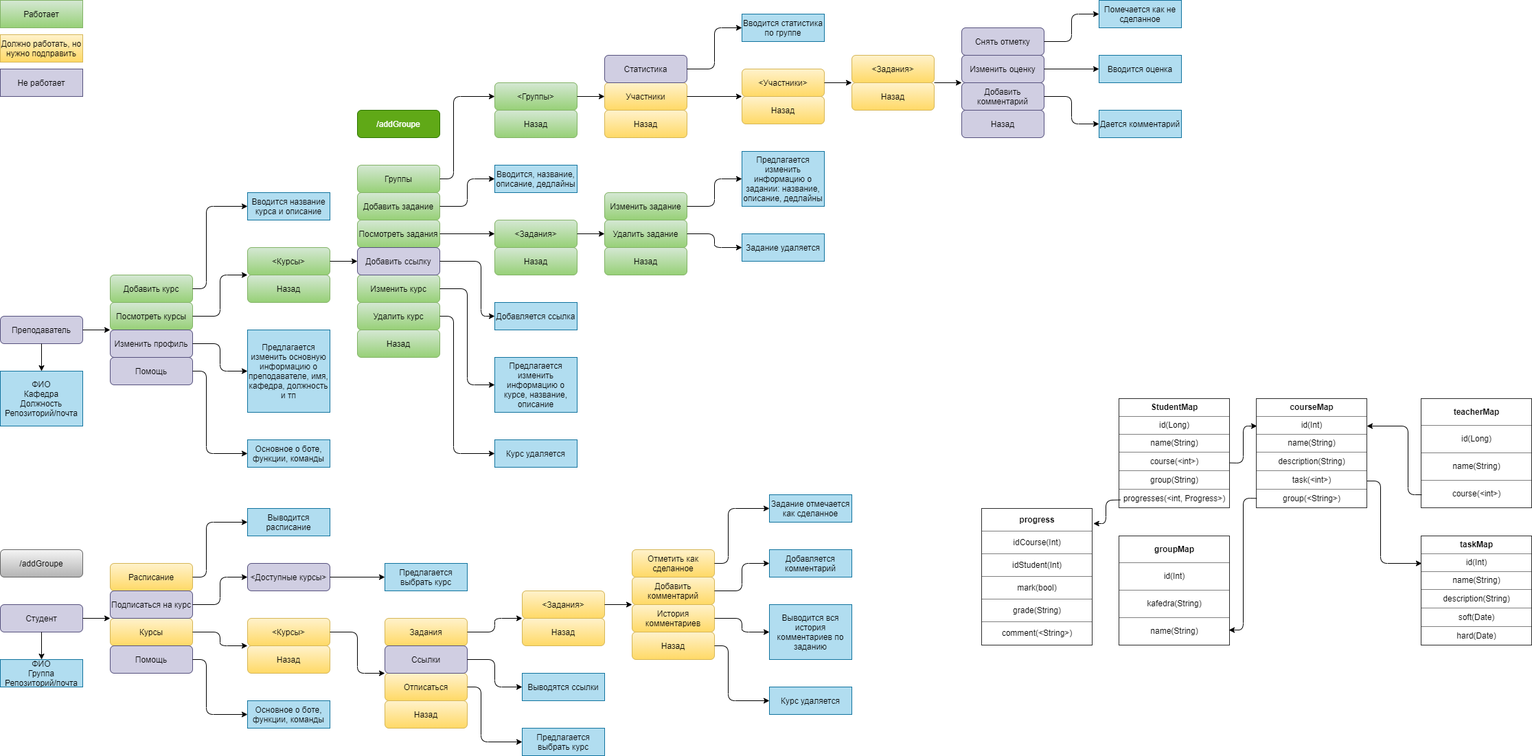
Earlier version of the draw.io export Diagram.png (AtmirKetbiev/DiaryBot). Source tidied: cells renumbered, new cells last; positions are measured from the earlier drawing's top-left corner, leaving out a move shared by most shapes.
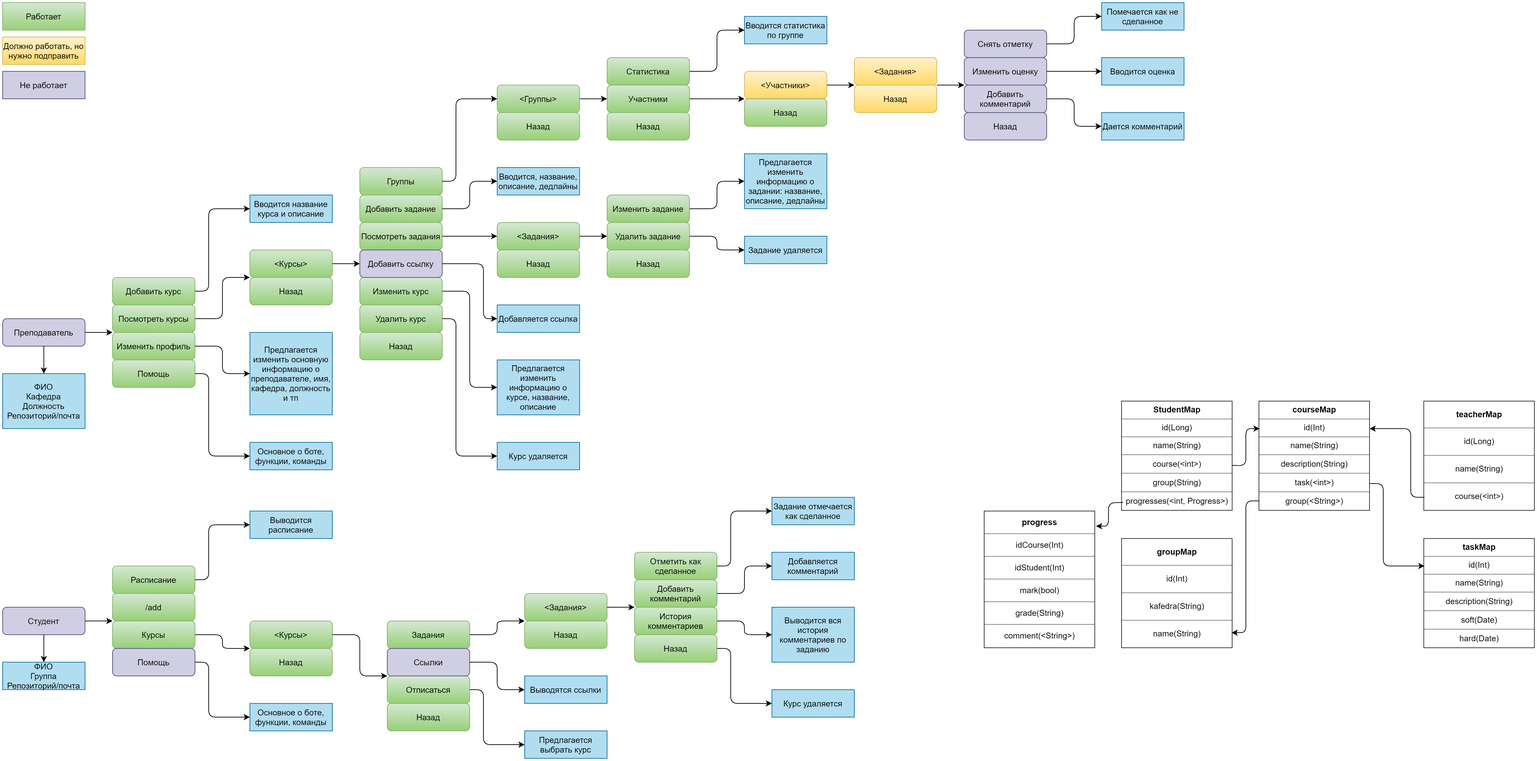
The same diagram one commit later.

Diff of the diagram source:
```diff
@@ -11,10 +11,10 @@
     <mxCell id="4" value="Посмотреть курсы" style="rounded=1;whiteSpace=wrap;html=1;fillColor=#d5e8d4;strokeColor=#82b366;gradientColor=#97d077;" parent="1" vertex="1">
       <mxGeometry x="160" y="440" width="120" height="40" as="geometry" />
     </mxCell>
-    <mxCell id="5" value="Изменить профиль" style="rounded=1;whiteSpace=wrap;html=1;fillColor=#d0cee2;strokeColor=#56517e;" parent="1" vertex="1">
+    <mxCell id="5" value="Изменить профиль" style="rounded=1;whiteSpace=wrap;html=1;fillColor=#d5e8d4;strokeColor=#82b366;gradientColor=#97d077;" parent="1" vertex="1">
       <mxGeometry x="160" y="480" width="120" height="40" as="geometry" />
     </mxCell>
-    <mxCell id="6" value="Помощь" style="rounded=1;whiteSpace=wrap;html=1;fillColor=#d0cee2;strokeColor=#56517e;" parent="1" vertex="1">
+    <mxCell id="6" value="Помощь" style="rounded=1;whiteSpace=wrap;html=1;fillColor=#d5e8d4;strokeColor=#82b366;gradientColor=#97d077;" parent="1" vertex="1">
       <mxGeometry x="160" y="520" width="120" height="40" as="geometry" />
     </mxCell>
     <mxCell id="7" value="&amp;lt;Курсы&amp;gt;" style="rounded=1;whiteSpace=wrap;html=1;fontStyle=0;fillColor=#d5e8d4;strokeColor=#82b366;gradientColor=#97d077;" parent="1" vertex="1">
@@ -113,19 +113,19 @@
         <mxPoint x="520" y="380" as="targetPoint" />
       </mxGeometry>
     </mxCell>
-    <mxCell id="31" value="Участники" style="rounded=1;whiteSpace=wrap;html=1;fillColor=#fff2cc;strokeColor=#d6b656;gradientColor=#ffd966;" parent="1" vertex="1">
+    <mxCell id="31" value="Участники" style="rounded=1;whiteSpace=wrap;html=1;fillColor=#d5e8d4;strokeColor=#82b366;gradientColor=#97d077;" parent="1" vertex="1">
       <mxGeometry x="880" y="120" width="120" height="40" as="geometry" />
     </mxCell>
-    <mxCell id="32" value="Назад" style="rounded=1;whiteSpace=wrap;html=1;fillColor=#fff2cc;strokeColor=#d6b656;gradientColor=#ffd966;" parent="1" vertex="1">
+    <mxCell id="32" value="Назад" style="rounded=1;whiteSpace=wrap;html=1;fillColor=#d5e8d4;strokeColor=#82b366;gradientColor=#97d077;" parent="1" vertex="1">
       <mxGeometry x="880" y="160" width="120" height="40" as="geometry" />
     </mxCell>
-    <mxCell id="33" value="Статистика" style="rounded=1;whiteSpace=wrap;html=1;fillColor=#d0cee2;strokeColor=#56517e;" parent="1" vertex="1">
+    <mxCell id="33" value="Статистика" style="rounded=1;whiteSpace=wrap;html=1;fillColor=#d5e8d4;strokeColor=#82b366;gradientColor=#97d077;" parent="1" vertex="1">
       <mxGeometry x="880" y="80" width="120" height="40" as="geometry" />
     </mxCell>
     <mxCell id="34" value="&amp;lt;Участники&amp;gt;" style="rounded=1;whiteSpace=wrap;html=1;fillColor=#fff2cc;strokeColor=#d6b656;gradientColor=#ffd966;" parent="1" vertex="1">
       <mxGeometry x="1080" y="100" width="120" height="40" as="geometry" />
     </mxCell>
-    <mxCell id="35" value="Назад" style="rounded=1;whiteSpace=wrap;html=1;fillColor=#fff2cc;strokeColor=#d6b656;gradientColor=#ffd966;" parent="1" vertex="1">
+    <mxCell id="35" value="Назад" style="rounded=1;whiteSpace=wrap;html=1;fillColor=#d5e8d4;strokeColor=#82b366;gradientColor=#97d077;" parent="1" vertex="1">
       <mxGeometry x="1080" y="140" width="120" height="40" as="geometry" />
     </mxCell>
     <mxCell id="36" value="&amp;lt;Задания&amp;gt;" style="rounded=1;whiteSpace=wrap;html=1;fillColor=#fff2cc;strokeColor=#d6b656;gradientColor=#ffd966;" parent="1" vertex="1">
@@ -267,13 +267,13 @@
     <mxCell id="68" style="endArrow=classic;html=1;exitX=0.5;exitY=1;exitDx=0;exitDy=0;" parent="1" edge="1" source="63" target="66">
       <mxGeometry relative="1" as="geometry" />
     </mxCell>
-    <mxCell id="69" value="Расписание" style="rounded=1;whiteSpace=wrap;html=1;fillColor=#fff2cc;strokeColor=#d6b656;gradientColor=#ffd966;" parent="1" vertex="1">
+    <mxCell id="69" value="Расписание" style="rounded=1;whiteSpace=wrap;html=1;fillColor=#d5e8d4;strokeColor=#82b366;gradientColor=#97d077;" parent="1" vertex="1">
       <mxGeometry x="160" y="820" width="120" height="40" as="geometry" />
     </mxCell>
-    <mxCell id="70" value="Курсы" style="rounded=1;whiteSpace=wrap;html=1;fillColor=#fff2cc;strokeColor=#d6b656;gradientColor=#ffd966;" parent="1" vertex="1">
+    <mxCell id="70" value="Курсы" style="rounded=1;whiteSpace=wrap;html=1;fillColor=#d5e8d4;strokeColor=#82b366;gradientColor=#97d077;" parent="1" vertex="1">
       <mxGeometry x="160" y="900" width="120" height="40" as="geometry" />
     </mxCell>
-    <mxCell id="71" value="Подписаться на курс" style="rounded=1;whiteSpace=wrap;html=1;fillColor=#d0cee2;strokeColor=#56517e;" parent="1" vertex="1">
+    <mxCell id="71" value="/add" style="rounded=1;whiteSpace=wrap;html=1;fillColor=#d5e8d4;strokeColor=#82b366;gradientColor=#97d077;" parent="1" vertex="1">
       <mxGeometry x="160" y="860" width="120" height="40" as="geometry" />
     </mxCell>
     <mxCell id="72" value="Помощь" style="rounded=1;whiteSpace=wrap;html=1;fillColor=#d0cee2;strokeColor=#56517e;" parent="1" vertex="1">
@@ -282,30 +282,24 @@
     <mxCell id="73" value="Выводится расписание" style="rounded=0;whiteSpace=wrap;html=1;fillColor=#b1ddf0;strokeColor=#10739e;" parent="1" vertex="1">
       <mxGeometry x="360" y="740" width="120" height="40" as="geometry" />
     </mxCell>
-    <mxCell id="74" value="&amp;lt;Курсы&amp;gt;" style="rounded=1;whiteSpace=wrap;html=1;fontStyle=0;fillColor=#fff2cc;strokeColor=#d6b656;gradientColor=#ffd966;" parent="1" vertex="1">
+    <mxCell id="74" value="&amp;lt;Курсы&amp;gt;" style="rounded=1;whiteSpace=wrap;html=1;fontStyle=0;fillColor=#d5e8d4;strokeColor=#82b366;gradientColor=#97d077;" parent="1" vertex="1">
       <mxGeometry x="360" y="900" width="120" height="40" as="geometry" />
     </mxCell>
-    <mxCell id="75" value="Назад" style="rounded=1;whiteSpace=wrap;html=1;fillColor=#fff2cc;strokeColor=#d6b656;gradientColor=#ffd966;" parent="1" vertex="1">
+    <mxCell id="75" value="Назад" style="rounded=1;whiteSpace=wrap;html=1;fillColor=#d5e8d4;strokeColor=#82b366;gradientColor=#97d077;" parent="1" vertex="1">
       <mxGeometry x="360" y="940" width="120" height="40" as="geometry" />
     </mxCell>
-    <mxCell id="76" value="Задания" style="rounded=1;whiteSpace=wrap;html=1;fontStyle=0;fillColor=#fff2cc;strokeColor=#d6b656;gradientColor=#ffd966;" parent="1" vertex="1">
+    <mxCell id="76" value="Задания" style="rounded=1;whiteSpace=wrap;html=1;fontStyle=0;fillColor=#d5e8d4;strokeColor=#82b366;gradientColor=#97d077;" parent="1" vertex="1">
       <mxGeometry x="560" y="900" width="120" height="40" as="geometry" />
     </mxCell>
-    <mxCell id="77" value="Отписаться" style="rounded=1;whiteSpace=wrap;html=1;fillColor=#fff2cc;strokeColor=#d6b656;gradientColor=#ffd966;" parent="1" vertex="1">
+    <mxCell id="77" value="Отписаться" style="rounded=1;whiteSpace=wrap;html=1;fillColor=#d5e8d4;strokeColor=#82b366;gradientColor=#97d077;" parent="1" vertex="1">
       <mxGeometry x="560" y="980" width="120" height="40" as="geometry" />
     </mxCell>
-    <mxCell id="78" value="Назад" style="rounded=1;whiteSpace=wrap;html=1;fillColor=#fff2cc;strokeColor=#d6b656;gradientColor=#ffd966;" parent="1" vertex="1">
+    <mxCell id="78" value="Назад" style="rounded=1;whiteSpace=wrap;html=1;fillColor=#d5e8d4;strokeColor=#82b366;gradientColor=#97d077;" parent="1" vertex="1">
       <mxGeometry x="560" y="1020" width="120" height="40" as="geometry" />
     </mxCell>
-    <mxCell id="79" value="&amp;lt;Доступные курсы&amp;gt;" style="rounded=1;whiteSpace=wrap;html=1;fontStyle=0;fillColor=#d0cee2;strokeColor=#56517e;" parent="1" vertex="1">
-      <mxGeometry x="360" y="820" width="120" height="40" as="geometry" />
-    </mxCell>
     <mxCell id="80" value="Ссылки" style="rounded=1;whiteSpace=wrap;html=1;fontStyle=0;fillColor=#d0cee2;strokeColor=#56517e;" parent="1" vertex="1">
       <mxGeometry x="560" y="940" width="120" height="40" as="geometry" />
     </mxCell>
-    <mxCell id="81" value="Предлагается выбрать курс" style="rounded=0;whiteSpace=wrap;html=1;fillColor=#b1ddf0;strokeColor=#10739e;" parent="1" vertex="1">
-      <mxGeometry x="560" y="820" width="120" height="40" as="geometry" />
-    </mxCell>
     <mxCell id="82" value="Основное о боте, функции, команды" style="rounded=0;whiteSpace=wrap;html=1;fillColor=#b1ddf0;strokeColor=#10739e;" parent="1" vertex="1">
       <mxGeometry x="360" y="1020" width="120" height="40" as="geometry" />
     </mxCell>
@@ -322,14 +316,6 @@
         </Array>
       </mxGeometry>
     </mxCell>
-    <mxCell id="85" style="endArrow=classic;html=1;exitX=1;exitY=0.5;exitDx=0;exitDy=0;entryX=0;entryY=0.5;entryDx=0;entryDy=0;" parent="1" edge="1" source="71" target="79">
-      <mxGeometry relative="1" as="geometry">
-        <Array as="points">
-          <mxPoint x="320" y="880" />
-          <mxPoint x="320" y="840" />
-        </Array>
-      </mxGeometry>
-    </mxCell>
     <mxCell id="86" style="endArrow=classic;html=1;exitX=1;exitY=0.5;exitDx=0;exitDy=0;entryX=0;entryY=0;entryDx=0;entryDy=0;" parent="1" edge="1" source="70" target="75">
       <mxGeometry relative="1" as="geometry">
         <Array as="points">
@@ -346,31 +332,28 @@
         </Array>
       </mxGeometry>
     </mxCell>
-    <mxCell id="88" style="endArrow=classic;html=1;exitX=1;exitY=0.5;exitDx=0;exitDy=0;entryX=0;entryY=0.5;entryDx=0;entryDy=0;" parent="1" edge="1" source="79" target="81">
-      <mxGeometry relative="1" as="geometry" />
-    </mxCell>
     <mxCell id="89" value="Выводятся ссылки" style="rounded=0;whiteSpace=wrap;html=1;fillColor=#b1ddf0;strokeColor=#10739e;" parent="1" vertex="1">
       <mxGeometry x="760" y="980" width="120" height="40" as="geometry" />
     </mxCell>
     <mxCell id="90" value="Предлагается выбрать курс" style="rounded=0;whiteSpace=wrap;html=1;fillColor=#b1ddf0;strokeColor=#10739e;" parent="1" vertex="1">
       <mxGeometry x="760" y="1060" width="120" height="40" as="geometry" />
     </mxCell>
-    <mxCell id="91" value="&amp;lt;Задания&amp;gt;" style="rounded=1;whiteSpace=wrap;html=1;fillColor=#fff2cc;strokeColor=#d6b656;gradientColor=#ffd966;" parent="1" vertex="1">
+    <mxCell id="91" value="&amp;lt;Задания&amp;gt;" style="rounded=1;whiteSpace=wrap;html=1;fillColor=#d5e8d4;strokeColor=#82b366;gradientColor=#97d077;" parent="1" vertex="1">
       <mxGeometry x="760" y="860" width="120" height="40" as="geometry" />
     </mxCell>
-    <mxCell id="92" value="Назад" style="rounded=1;whiteSpace=wrap;html=1;fillColor=#fff2cc;strokeColor=#d6b656;gradientColor=#ffd966;" parent="1" vertex="1">
+    <mxCell id="92" value="Назад" style="rounded=1;whiteSpace=wrap;html=1;fillColor=#d5e8d4;strokeColor=#82b366;gradientColor=#97d077;" parent="1" vertex="1">
       <mxGeometry x="760" y="900" width="120" height="40" as="geometry" />
     </mxCell>
-    <mxCell id="93" value="Добавить комментарий" style="rounded=1;whiteSpace=wrap;html=1;fillColor=#fff2cc;strokeColor=#d6b656;gradientColor=#ffd966;" parent="1" vertex="1">
+    <mxCell id="93" value="Добавить комментарий" style="rounded=1;whiteSpace=wrap;html=1;fillColor=#d5e8d4;strokeColor=#82b366;gradientColor=#97d077;" parent="1" vertex="1">
       <mxGeometry x="920" y="840" width="120" height="40" as="geometry" />
     </mxCell>
-    <mxCell id="94" value="Назад" style="rounded=1;whiteSpace=wrap;html=1;fillColor=#fff2cc;strokeColor=#d6b656;gradientColor=#ffd966;" parent="1" vertex="1">
+    <mxCell id="94" value="Назад" style="rounded=1;whiteSpace=wrap;html=1;fillColor=#d5e8d4;strokeColor=#82b366;gradientColor=#97d077;" parent="1" vertex="1">
       <mxGeometry x="920" y="920" width="120" height="40" as="geometry" />
     </mxCell>
-    <mxCell id="95" value="Отметить как сделанное" style="rounded=1;whiteSpace=wrap;html=1;fillColor=#fff2cc;strokeColor=#d6b656;gradientColor=#ffd966;" parent="1" vertex="1">
+    <mxCell id="95" value="Отметить как сделанное" style="rounded=1;whiteSpace=wrap;html=1;fillColor=#d5e8d4;strokeColor=#82b366;gradientColor=#97d077;" parent="1" vertex="1">
       <mxGeometry x="920" y="800" width="120" height="40" as="geometry" />
     </mxCell>
-    <mxCell id="96" value="История комментариев" style="rounded=1;whiteSpace=wrap;html=1;fillColor=#fff2cc;strokeColor=#d6b656;gradientColor=#ffd966;" parent="1" vertex="1">
+    <mxCell id="96" value="История комментариев" style="rounded=1;whiteSpace=wrap;html=1;fillColor=#d5e8d4;strokeColor=#82b366;gradientColor=#97d077;" parent="1" vertex="1">
       <mxGeometry x="920" y="880" width="120" height="40" as="geometry" />
     </mxCell>
     <mxCell id="97" style="endArrow=classic;html=1;exitX=1;exitY=0.5;exitDx=0;exitDy=0;entryX=0;entryY=1;entryDx=0;entryDy=0;" parent="1" edge="1" source="74" target="80">
@@ -481,12 +464,6 @@
         </Array>
       </mxGeometry>
     </mxCell>
-    <mxCell id="116" value="/addGroupe" style="rounded=1;whiteSpace=wrap;html=1;fillColor=#60a917;strokeColor=#2D7600;fontColor=#ffffff;" parent="1" vertex="1">
-      <mxGeometry x="520" y="160" width="120" height="40" as="geometry" />
-    </mxCell>
-    <mxCell id="117" value="/addGroupe" style="rounded=1;whiteSpace=wrap;html=1;gradientColor=#b3b3b3;fillColor=#f5f5f5;strokeColor=#666666;" parent="1" vertex="1">
-      <mxGeometry y="800" width="120" height="40" as="geometry" />
-    </mxCell>
     <mxCell id="118" value="Работает" style="rounded=0;whiteSpace=wrap;html=1;gradientColor=#97d077;fillColor=#d5e8d4;strokeColor=#82b366;" parent="1" vertex="1">
       <mxGeometry width="120" height="40" as="geometry" />
     </mxCell>
```
